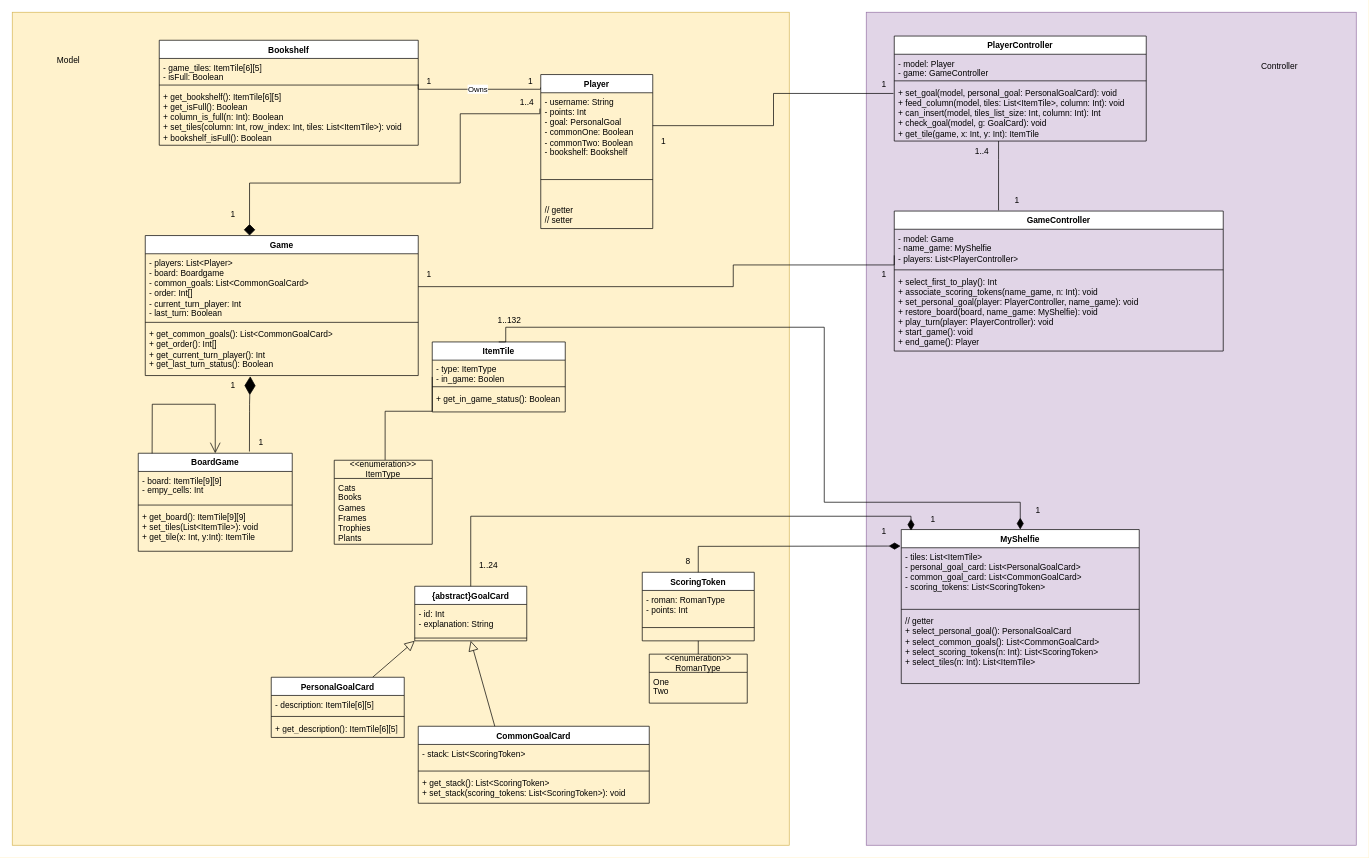
This is deliverable/classdiagram.drawio from andbna10/ing-sw-2023-Gentile-Gangi-Grandi-Isgro, a draw.io file, before an edit. Source tidied: cells renumbered, new cells numbered last; positions are measured from the earlier drawing's top-left corner, leaving out a move shared by most shapes. Both pictures are drawn from the tidied source at 70%, with x=0, y=0 at pixel (12, 12).
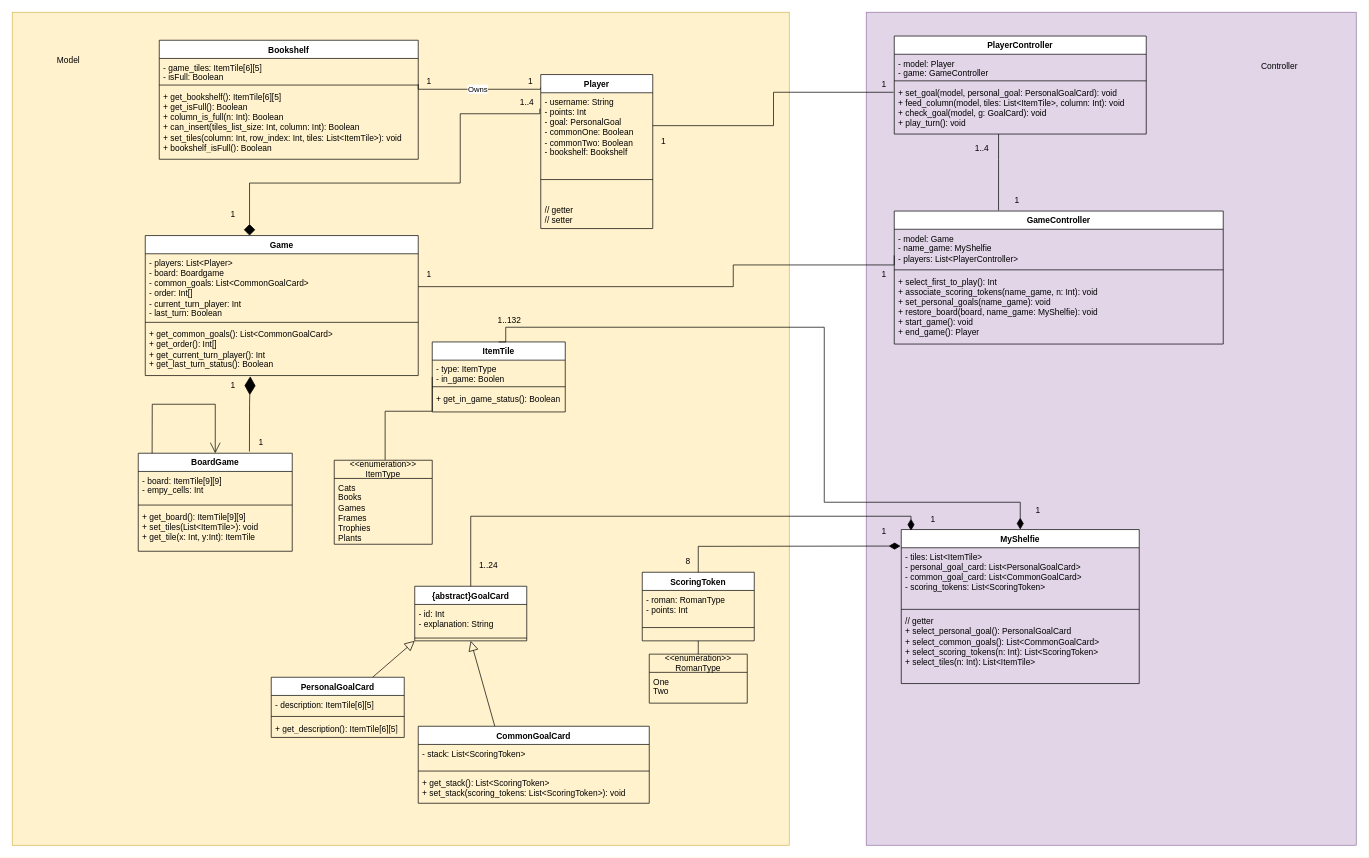
After the change.

What changed in the source:
```diff
@@
     <mxCell id="4" value="GameController" style="swimlane;fontStyle=1;align=center;verticalAlign=top;horizontal=1;startSize=26;whiteSpace=wrap;html=1;" parent="1" vertex="1">
-      <mxGeometry x="1260" y="284" width="470" height="200" as="geometry" />
+      <mxGeometry x="1260" y="284" width="470" height="190" as="geometry" />
     </mxCell>
@@
-    <mxCell id="7" value="+ select_first_to_play(): Int&lt;br&gt;+ associate_scoring_tokens(name_game, n: Int): void&lt;br&gt;+ set_personal_goal(player: PlayerController, name_game): void&lt;br&gt;+ restore_board(board, name_game: MyShelfie): void&lt;br&gt;+ play_turn(player: PlayerController): void&lt;br&gt;+ start_game(): void&lt;br&gt;+ end_game(): Player" style="text;strokeColor=none;fillColor=none;align=left;verticalAlign=top;spacingLeft=4;spacingRight=4;overflow=hidden;whiteSpace=wrap;html=1;" parent="4" vertex="1">
-      <mxGeometry y="88" width="470" height="112" as="geometry" />
+    <mxCell id="7" value="+ select_first_to_play(): Int&lt;br&gt;+ associate_scoring_tokens(name_game, n: Int): void&lt;br&gt;+ set_personal_goals(name_game): void&lt;br&gt;+ restore_board(board, name_game: MyShelfie): void&lt;br&gt;+ start_game(): void&lt;br&gt;+ end_game(): Player" style="text;strokeColor=none;fillColor=none;align=left;verticalAlign=top;spacingLeft=4;spacingRight=4;overflow=hidden;whiteSpace=wrap;html=1;" parent="4" vertex="1">
+      <mxGeometry y="88" width="470" height="102" as="geometry" />
     </mxCell>
     <mxCell id="8" value="PlayerController" style="swimlane;fontStyle=1;align=center;verticalAlign=top;horizontal=1;startSize=26;whiteSpace=wrap;html=1;" parent="1" vertex="1">
-      <mxGeometry x="1260" y="34" width="360" height="150" as="geometry" />
+      <mxGeometry x="1260" y="34" width="360" height="140" as="geometry" />
     </mxCell>
@@
-    <mxCell id="11" value="+ set_goal(model, personal_goal: PersonalGoalCard): void&lt;br&gt;+ feed_column(model, tiles: List&amp;lt;ItemTile&amp;gt;, column: Int): void&lt;br&gt;+ can_insert(model, tiles_list_size: Int, column: Int): Int&lt;br&gt;+ check_goal(model, g: GoalCard): void&lt;br&gt;+ get_tile(game, x: Int, y: Int): ItemTile" style="text;strokeColor=none;fillColor=none;align=left;verticalAlign=top;spacingLeft=4;spacingRight=4;overflow=hidden;points=[[0,0.5],[1,0.5]];portConstraint=eastwest;whiteSpace=wrap;html=1;" parent="8" vertex="1">
-      <mxGeometry y="68" width="360" height="82" as="geometry" />
+    <mxCell id="11" value="+ set_goal(model, personal_goal: PersonalGoalCard): void&lt;br&gt;+ feed_column(model, tiles: List&amp;lt;ItemTile&amp;gt;, column: Int): void&lt;br&gt;+ check_goal(model, g: GoalCard): void&lt;br&gt;+ play_turn(): void" style="text;strokeColor=none;fillColor=none;align=left;verticalAlign=top;spacingLeft=4;spacingRight=4;overflow=hidden;points=[[0,0.5],[1,0.5]];portConstraint=eastwest;whiteSpace=wrap;html=1;" parent="8" vertex="1">
+      <mxGeometry y="68" width="360" height="72" as="geometry" />
     </mxCell>
@@
     <mxCell id="56" value="Bookshelf" style="swimlane;fontStyle=1;align=center;verticalAlign=top;horizontal=1;startSize=26;whiteSpace=wrap;html=1;" parent="1" vertex="1">
-      <mxGeometry x="210" y="40" width="370" height="150" as="geometry" />
+      <mxGeometry x="210" y="40" width="370" height="170" as="geometry" />
     </mxCell>
@@
-    <mxCell id="59" value="+ get_bookshelf(): ItemTile[6][5]&lt;br&gt;+ get_isFull(): Boolean&lt;br&gt;+ column_is_full(n: Int): Boolean&lt;br&gt;+ set_tiles(column: Int, row_index: Int, tiles: List&amp;lt;ItemTile&amp;gt;): void&lt;br&gt;+ bookshelf_isFull(): Boolean" style="text;strokeColor=none;fillColor=none;align=left;verticalAlign=top;spacingLeft=4;spacingRight=4;overflow=hidden;whiteSpace=wrap;html=1;" parent="56" vertex="1">
-      <mxGeometry y="68" width="370" height="82" as="geometry" />
+    <mxCell id="59" value="+ get_bookshelf(): ItemTile[6][5]&lt;br&gt;+ get_isFull(): Boolean&lt;br&gt;+ column_is_full(n: Int): Boolean&lt;br&gt;+ can_insert(tiles_list_size: Int, column: Int): Boolean&lt;br&gt;+ set_tiles(column: Int, row_index: Int, tiles: List&amp;lt;ItemTile&amp;gt;): void&lt;br&gt;+ bookshelf_isFull(): Boolean" style="text;strokeColor=none;fillColor=none;align=left;verticalAlign=top;spacingLeft=4;spacingRight=4;overflow=hidden;whiteSpace=wrap;html=1;" parent="56" vertex="1">
+      <mxGeometry y="68" width="370" height="102" as="geometry" />
     </mxCell>
@@
     <mxCell id="66" value="1..4" style="text;html=1;align=center;verticalAlign=middle;strokeColor=none;fillColor=none;" parent="1" vertex="1">
-      <mxGeometry x="1365" y="184" width="40" height="30" as="geometry" />
+      <mxGeometry x="1365" y="180" width="40" height="30" as="geometry" />
     </mxCell>
```
